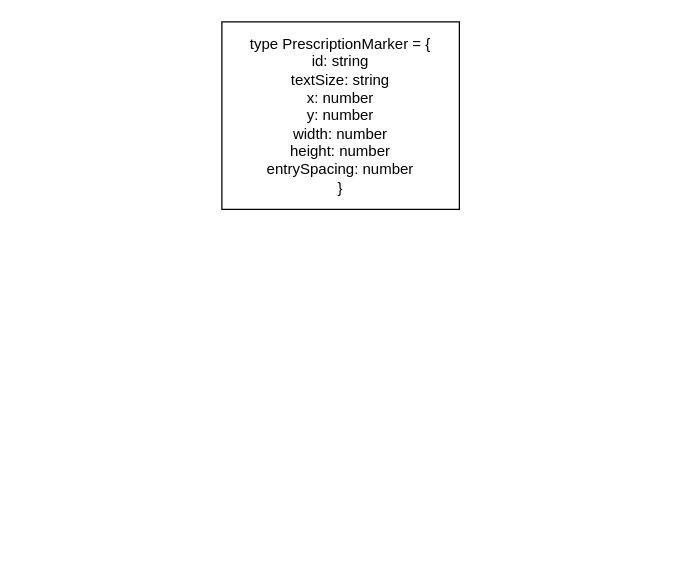
This is page "PrescriptionMarker" (8 of 8) of flowchart.drawio from jogaleon/prescription-writing-react-ts, a draw.io file, before an edit. Source tidied: cells renumbered, new cells numbered last; positions are measured from the earlier drawing's top-left corner, leaving out a move shared by most shapes. Both pictures are drawn from the tidied source at 125%, with x=0, y=0 at pixel (221, 21).
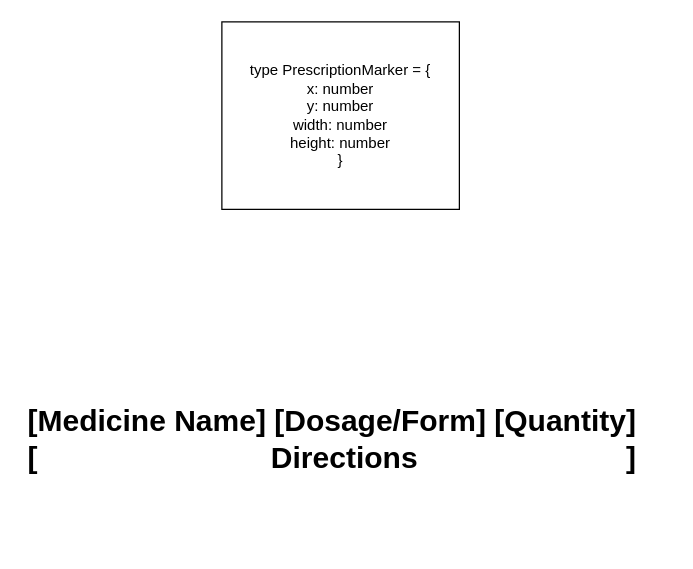
After the change.

Change to the diagram source:
```diff
@@
 <mxGraphModel>
   <root>
     <mxCell id="0" />
     <mxCell id="1" parent="0" />
-    <mxCell id="2" value="type PrescriptionMarker = {&lt;br&gt;id: string&lt;br&gt;textSize: string&lt;br&gt;x: number&lt;br&gt;y: number&lt;br&gt;width: number&lt;br&gt;height: number&lt;br&gt;entrySpacing: number&lt;br&gt;}" style="rounded=0;whiteSpace=wrap;html=1;" parent="1" vertex="1">
+    <mxCell id="2" value="type PrescriptionMarker = {&lt;br&gt;x: number&lt;br&gt;y: number&lt;br&gt;width: number&lt;br&gt;height: number&lt;br&gt;}" style="rounded=0;whiteSpace=wrap;html=1;" parent="1" vertex="1">
       <mxGeometry width="190" height="150" as="geometry" />
     </mxCell>
+    <mxCell id="3" value="&lt;h1&gt;[Medicine Name] [Dosage/Form] [Quantity]&lt;br&gt;[&amp;nbsp; &amp;nbsp; &amp;nbsp; &amp;nbsp; &amp;nbsp; &amp;nbsp; &amp;nbsp; &amp;nbsp; &amp;nbsp; &amp;nbsp; &amp;nbsp; &amp;nbsp; &amp;nbsp; &amp;nbsp; Directions&amp;nbsp; &amp;nbsp; &amp;nbsp; &amp;nbsp; &amp;nbsp; &amp;nbsp; &amp;nbsp; &amp;nbsp; &amp;nbsp; &amp;nbsp; &amp;nbsp; &amp;nbsp; &amp;nbsp;]&lt;/h1&gt;" style="text;html=1;strokeColor=none;fillColor=none;spacing=5;spacingTop=-20;whiteSpace=wrap;overflow=hidden;rounded=0;" parent="1" vertex="1">
+      <mxGeometry x="-160" y="300" width="520" height="120" as="geometry" />
+    </mxCell>
   </root>
 </mxGraphModel>
```
